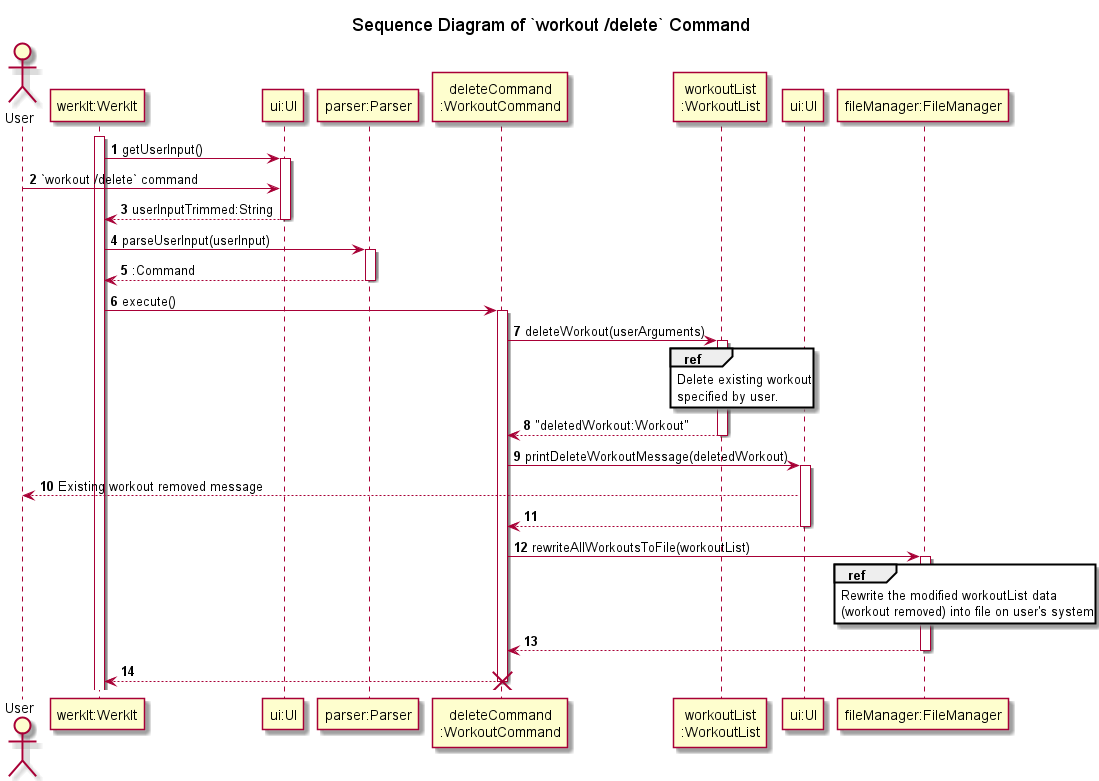
Before: docs/uml/sequenceDiagrams/workouts/images/deleteWorkout-Part1.png, a diagram exported from PlantUML (nus-cs2113-AY2122S2/tp).
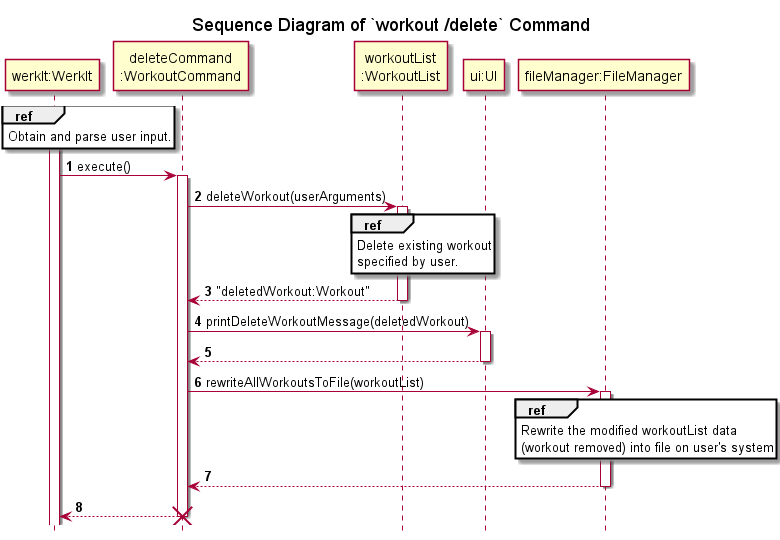
After the change.

Change to the diagram source:
```diff
@@ -1,30 +1,21 @@
 @startuml
-!include ../Style.puml
+!include ../../Style.puml
 
 autonumber
 
 title Sequence Diagram of `workout /delete` Command
+hide footbox
 
-actor   User
 participant "werkIt:WerkIt" AS WerkIt
-participant "ui:UI" AS UI1
-participant "parser:Parser" AS Parser
 participant "deleteCommand\n:WorkoutCommand" AS deleteCommand
 participant "workoutList\n:WorkoutList" AS WorkoutList
 participant "ui:UI" AS UI2
 participant "fileManager:FileManager" as FileManager
 
 activate WerkIt
-WerkIt -> UI1 : getUserInput()
-activate UI1
-User -> UI1 : `workout /delete` command
-WerkIt <-- UI1 : userInputTrimmed:String
-deactivate UI1
-
-WerkIt -> Parser : parseUserInput(userInput)
-activate Parser
-WerkIt <-- Parser : :Command
-deactivate Parser
+ref over WerkIt
+Obtain and parse user input.
+end
 
 WerkIt -> deleteCommand : execute()
 activate deleteCommand
@@ -39,7 +30,6 @@
 
 deleteCommand -> UI2 : printDeleteWorkoutMessage(deletedWorkout)
 activate UI2
-User <-- UI2 : Existing workout removed message
 deleteCommand <-- UI2
 deactivate UI2
 
```
